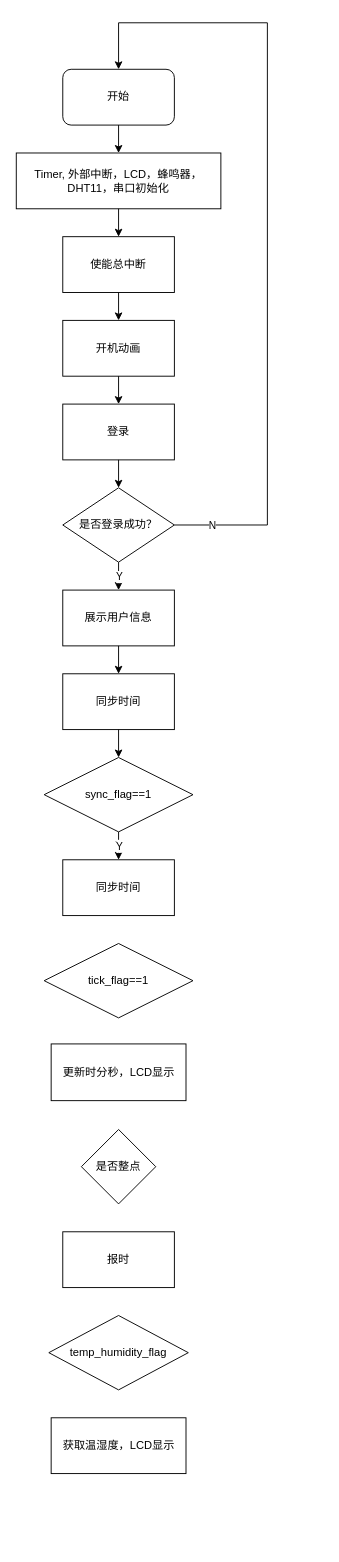
Above: drawio/main_flow.drawio in nations-Xiong/image_bed (draw.io), before the change. Source tidied: cells renumbered, new cells numbered last; positions are measured from the earlier drawing's top-left corner, leaving out a move shared by most shapes. Both pictures are drawn from the tidied source at 93%, with x=0, y=0 at pixel (16, 22).
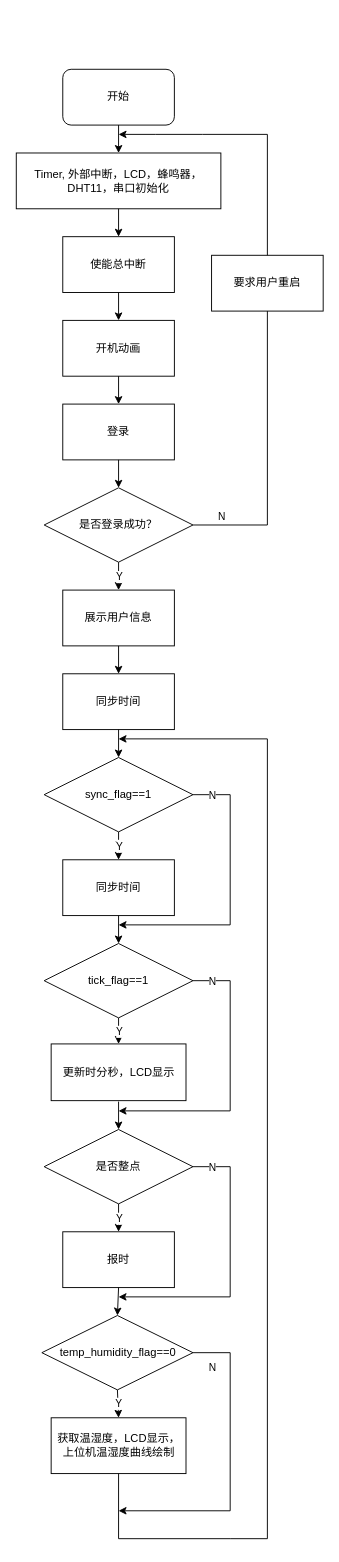
The same diagram, later.

The change refers to these unchanged cells:
```xml
<mxCell id="2" value="开始" style="rounded=1;whiteSpace=wrap;html=1;" parent="1" vertex="1">
  <mxGeometry x="50" y="50" width="120" height="60" as="geometry" />
</mxCell>
<mxCell id="10" value="sync_flag==1" style="rhombus;whiteSpace=wrap;html=1;" parent="1" vertex="1">
  <mxGeometry x="30" y="790" width="160" height="80" as="geometry" />
</mxCell>
<mxCell id="11" value="同步时间" style="rounded=0;whiteSpace=wrap;html=1;" parent="1" vertex="1">
  <mxGeometry x="50" y="900" width="120" height="60" as="geometry" />
</mxCell>
<mxCell id="12" value="tick_flag==1" style="rhombus;whiteSpace=wrap;html=1;" parent="1" vertex="1">
  <mxGeometry x="30" y="990" width="160" height="80" as="geometry" />
</mxCell>
<mxCell id="13" value="更新时分秒，LCD显示" style="rounded=0;whiteSpace=wrap;html=1;" parent="1" vertex="1">
  <mxGeometry x="37.5" y="1098" width="145" height="61" as="geometry" />
</mxCell>
<mxCell id="15" value="报时" style="rounded=0;whiteSpace=wrap;html=1;" parent="1" vertex="1">
  <mxGeometry x="50" y="1300" width="120" height="60" as="geometry" />
</mxCell>
```

The edit, as a diff of the source:
```diff
@@
     <mxCell id="7" value="是否登录成功？" style="rhombus;whiteSpace=wrap;html=1;" parent="1" vertex="1">
-      <mxGeometry x="50" y="500" width="120" height="80" as="geometry" />
+      <mxGeometry x="30" y="500" width="160" height="80" as="geometry" />
     </mxCell>
@@
     <mxCell id="14" value="是否整点" style="rhombus;whiteSpace=wrap;html=1;" parent="1" vertex="1">
-      <mxGeometry x="70" y="1190" width="80" height="80" as="geometry" />
+      <mxGeometry x="30" y="1190" width="160" height="80" as="geometry" />
     </mxCell>
@@
-    <mxCell id="16" value="temp_humidity_flag" style="rhombus;whiteSpace=wrap;html=1;" parent="1" vertex="1">
-      <mxGeometry x="35" y="1390" width="150" height="80" as="geometry" />
+    <mxCell id="16" value="temp_humidity_flag==0" style="rhombus;whiteSpace=wrap;html=1;" parent="1" vertex="1">
+      <mxGeometry x="27.5" y="1390" width="162.5" height="80" as="geometry" />
     </mxCell>
-    <mxCell id="17" value="获取温湿度，LCD显示" style="rounded=0;whiteSpace=wrap;html=1;" parent="1" vertex="1">
+    <mxCell id="17" value="获取温湿度，LCD显示，上位机温湿度曲线绘制" style="rounded=0;whiteSpace=wrap;html=1;" parent="1" vertex="1">
       <mxGeometry x="37.5" y="1500" width="145" height="60" as="geometry" />
     </mxCell>
@@
-    <mxCell id="25" style="endArrow=classic;html=1;rounded=0;exitX=1;exitY=0.5;exitDx=0;exitDy=0;entryX=0.5;entryY=0;entryDx=0;entryDy=0;" parent="1" edge="1" source="7" target="2">
+    <mxCell id="25" style="endArrow=classic;html=1;rounded=0;exitX=1;exitY=0.5;exitDx=0;exitDy=0;" parent="1" edge="1" source="7">
       <mxGeometry relative="1" as="geometry">
+        <mxPoint x="110" y="120" as="targetPoint" />
         <Array as="points">
           <mxPoint x="270" y="540" />
-          <mxPoint x="270" />
-          <mxPoint x="110" />
+          <mxPoint x="270" y="120" />
+          <mxPoint x="200" y="120" />
+          <mxPoint x="150" y="120" />
         </Array>
       </mxGeometry>
     </mxCell>
     <mxCell id="26" value="N" style="edgeLabel;html=1;align=center;verticalAlign=middle;" parent="25" vertex="1">
       <mxGeometry relative="1" as="geometry">
-        <mxPoint x="-60" y="325" as="offset" />
+        <mxPoint x="-50" y="240" as="offset" />
       </mxGeometry>
     </mxCell>
@@
+    <mxCell id="31" style="endArrow=classic;html=1;rounded=0;exitX=0.5;exitY=1;exitDx=0;exitDy=0;entryX=0.5;entryY=0;entryDx=0;entryDy=0;" parent="1" edge="1" source="11" target="12">
+      <mxGeometry relative="1" as="geometry" />
+    </mxCell>
+    <mxCell id="32" style="endArrow=classic;html=1;rounded=0;exitX=0.5;exitY=1;exitDx=0;exitDy=0;entryX=0.5;entryY=0;entryDx=0;entryDy=0;" parent="1" edge="1" source="12" target="13">
+      <mxGeometry relative="1" as="geometry" />
+    </mxCell>
+    <mxCell id="33" value="Y" style="edgeLabel;html=1;align=center;verticalAlign=middle;" parent="32" vertex="1">
+      <mxGeometry relative="1" as="geometry" />
+    </mxCell>
+    <mxCell id="34" style="endArrow=classic;html=1;rounded=0;entryX=0.5;entryY=0;entryDx=0;entryDy=0;" parent="1" edge="1" target="14">
+      <mxGeometry relative="1" as="geometry">
+        <mxPoint x="110" y="1160" as="sourcePoint" />
+      </mxGeometry>
+    </mxCell>
+    <mxCell id="35" style="endArrow=classic;html=1;rounded=0;exitX=0.5;exitY=1;exitDx=0;exitDy=0;entryX=0.5;entryY=0;entryDx=0;entryDy=0;" parent="1" edge="1" source="14" target="15">
+      <mxGeometry relative="1" as="geometry" />
+    </mxCell>
+    <mxCell id="36" value="Y" style="edgeLabel;html=1;align=center;verticalAlign=middle;" parent="35" vertex="1">
+      <mxGeometry relative="1" as="geometry" />
+    </mxCell>
+    <mxCell id="37" style="endArrow=classic;html=1;rounded=0;exitX=0.5;exitY=1;exitDx=0;exitDy=0;entryX=0.5;entryY=0;entryDx=0;entryDy=0;" parent="1" edge="1" source="15" target="16">
+      <mxGeometry relative="1" as="geometry" />
+    </mxCell>
+    <mxCell id="38" style="endArrow=classic;html=1;rounded=0;exitX=0.5;exitY=1;exitDx=0;exitDy=0;entryX=0.5;entryY=0;entryDx=0;entryDy=0;" parent="1" edge="1" source="16" target="17">
+      <mxGeometry relative="1" as="geometry" />
+    </mxCell>
+    <mxCell id="39" value="Y" style="edgeLabel;html=1;align=center;verticalAlign=middle;" parent="38" vertex="1">
+      <mxGeometry relative="1" as="geometry" />
+    </mxCell>
+    <mxCell id="40" style="endArrow=classic;html=1;rounded=0;exitX=1;exitY=0.5;exitDx=0;exitDy=0;" parent="1" edge="1" source="10">
+      <mxGeometry relative="1" as="geometry">
+        <mxPoint x="110" y="970" as="targetPoint" />
+        <Array as="points">
+          <mxPoint x="230" y="830" />
+          <mxPoint x="230" y="970" />
+        </Array>
+      </mxGeometry>
+    </mxCell>
+    <mxCell id="41" value="N" style="edgeLabel;html=1;align=center;verticalAlign=middle;" parent="40" vertex="1">
+      <mxGeometry relative="1" as="geometry">
+        <mxPoint x="-20" y="-110" as="offset" />
+      </mxGeometry>
+    </mxCell>
+    <mxCell id="42" style="endArrow=classic;html=1;rounded=0;exitX=1;exitY=0.5;exitDx=0;exitDy=0;" parent="1" edge="1">
+      <mxGeometry relative="1" as="geometry">
+        <mxPoint x="190" y="1030" as="sourcePoint" />
+        <mxPoint x="110" y="1170" as="targetPoint" />
+        <Array as="points">
+          <mxPoint x="230" y="1030" />
+          <mxPoint x="230" y="1170" />
+        </Array>
+      </mxGeometry>
+    </mxCell>
+    <mxCell id="43" value="N" style="edgeLabel;html=1;align=center;verticalAlign=middle;" parent="42" vertex="1">
+      <mxGeometry relative="1" as="geometry">
+        <mxPoint x="-20" y="-110" as="offset" />
+      </mxGeometry>
+    </mxCell>
+    <mxCell id="44" style="endArrow=classic;html=1;rounded=0;exitX=1;exitY=0.5;exitDx=0;exitDy=0;" parent="1" edge="1">
+      <mxGeometry relative="1" as="geometry">
+        <mxPoint x="190" y="1230" as="sourcePoint" />
+        <mxPoint x="110" y="1370" as="targetPoint" />
+        <Array as="points">
+          <mxPoint x="230" y="1230" />
+          <mxPoint x="230" y="1370" />
+        </Array>
+      </mxGeometry>
+    </mxCell>
+    <mxCell id="45" value="N" style="edgeLabel;html=1;align=center;verticalAlign=middle;" parent="44" vertex="1">
+      <mxGeometry relative="1" as="geometry">
+        <mxPoint x="-20" y="-110" as="offset" />
+      </mxGeometry>
+    </mxCell>
+    <mxCell id="46" style="endArrow=classic;html=1;rounded=0;exitX=1;exitY=0.5;exitDx=0;exitDy=0;" parent="1" edge="1">
+      <mxGeometry relative="1" as="geometry">
+        <mxPoint x="190" y="1430" as="sourcePoint" />
+        <mxPoint x="110" y="1600" as="targetPoint" />
+        <Array as="points">
+          <mxPoint x="230" y="1430" />
+          <mxPoint x="230" y="1600" />
+        </Array>
+      </mxGeometry>
+    </mxCell>
+    <mxCell id="47" value="N" style="edgeLabel;html=1;align=center;verticalAlign=middle;" parent="46" vertex="1">
+      <mxGeometry relative="1" as="geometry">
+        <mxPoint x="-20" y="-110" as="offset" />
+      </mxGeometry>
+    </mxCell>
+    <mxCell id="48" style="endArrow=classic;html=1;rounded=0;exitX=0.5;exitY=1;exitDx=0;exitDy=0;" parent="1" edge="1" source="17">
+      <mxGeometry relative="1" as="geometry">
+        <mxPoint x="110" y="770" as="targetPoint" />
+        <Array as="points">
+          <mxPoint x="110" y="1630" />
+          <mxPoint x="230" y="1630" />
+          <mxPoint x="270" y="1630" />
+          <mxPoint x="270" y="770" />
+        </Array>
+      </mxGeometry>
+    </mxCell>
+    <mxCell id="49" value="要求用户重启" style="rounded=0;whiteSpace=wrap;html=1;" parent="1" vertex="1">
+      <mxGeometry x="210" y="250" width="120" height="60" as="geometry" />
+    </mxCell>
```
